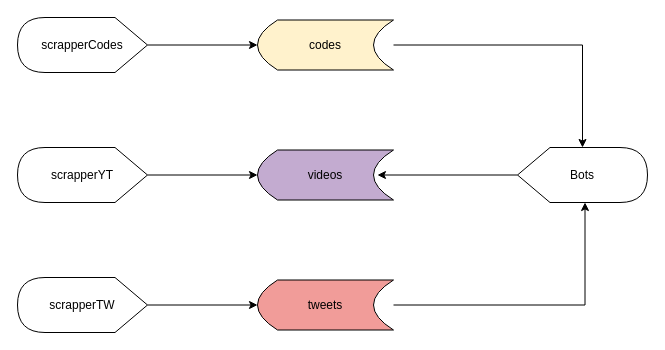
The draw.io diagram documentation/how_to_dev/redis/pubsub.drawio in BRAVO68WEB/genshin-notify, before the edit. Source tidied: cells renumbered, new cells numbered last; positions are measured from the earlier drawing's top-left corner, leaving out a move shared by most shapes. Both pictures are drawn from the tidied source at 100%, with x=0, y=0 at pixel (17, 17).
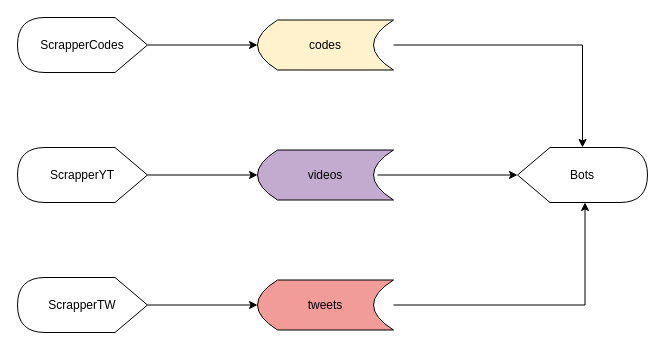
Above is the later version.

What changed in the source:
```diff
@@
 <mxGraphModel>
   <root>
     <mxCell id="0" />
     <mxCell id="1" parent="0" />
     <mxCell id="2" style="edgeStyle=orthogonalEdgeStyle;rounded=0;jettySize=auto;html=1;" parent="1" edge="1" source="3" target="8">
       <mxGeometry relative="1" as="geometry" />
     </mxCell>
     <mxCell id="3" value="codes" style="shape=dataStorage;whiteSpace=wrap;html=1;fixedSize=1;fillColor=#FFF2CC;" parent="1" vertex="1">
       <mxGeometry x="240" y="2.5" width="136" height="50" as="geometry" />
     </mxCell>
     <mxCell id="4" value="videos" style="shape=dataStorage;whiteSpace=wrap;html=1;fixedSize=1;fillColor=#C3ABD0;" parent="1" vertex="1">
       <mxGeometry x="240" y="132.5" width="136" height="50" as="geometry" />
     </mxCell>
     <mxCell id="5" style="edgeStyle=orthogonalEdgeStyle;rounded=0;jettySize=auto;html=1;entryX=0;entryY=0;entryDx=67.5;entryDy=55;entryPerimeter=0;" parent="1" edge="1" source="6" target="8">
       <mxGeometry relative="1" as="geometry" />
     </mxCell>
     <mxCell id="6" value="tweets" style="shape=dataStorage;whiteSpace=wrap;html=1;fixedSize=1;fillColor=#F19C99;" parent="1" vertex="1">
       <mxGeometry x="240" y="262.5" width="136" height="50" as="geometry" />
     </mxCell>
-    <mxCell id="7" style="edgeStyle=orthogonalEdgeStyle;rounded=0;jettySize=auto;html=1;entryX=0.882;entryY=0.5;entryDx=0;entryDy=0;entryPerimeter=0;" parent="1" edge="1" source="8" target="4">
+    <mxCell id="7" style="edgeStyle=orthogonalEdgeStyle;rounded=0;jettySize=auto;html=1;entryX=0.882;entryY=0.5;entryDx=0;entryDy=0;entryPerimeter=0;startArrow=classic;startFill=1;endArrow=none;endFill=0;" parent="1" edge="1" source="8" target="4">
       <mxGeometry relative="1" as="geometry" />
     </mxCell>
     <mxCell id="8" value="Bots" style="shape=display;whiteSpace=wrap;html=1;" parent="1" vertex="1">
       <mxGeometry x="500" y="130" width="130" height="55" as="geometry" />
     </mxCell>
     <mxCell id="9" style="edgeStyle=orthogonalEdgeStyle;rounded=0;jettySize=auto;html=1;entryX=0;entryY=0.5;entryDx=0;entryDy=0;" parent="1" edge="1" source="10" target="6">
       <mxGeometry relative="1" as="geometry" />
     </mxCell>
-    <mxCell id="10" value="scrapperTW" style="shape=display;whiteSpace=wrap;html=1;flipH=1;" parent="1" vertex="1">
+    <mxCell id="10" value="ScrapperTW" style="shape=display;whiteSpace=wrap;html=1;flipH=1;" parent="1" vertex="1">
       <mxGeometry y="260" width="130" height="55" as="geometry" />
     </mxCell>
     <mxCell id="11" style="edgeStyle=orthogonalEdgeStyle;rounded=0;jettySize=auto;html=1;entryX=0;entryY=0.5;entryDx=0;entryDy=0;" parent="1" edge="1" source="12" target="4">
       <mxGeometry relative="1" as="geometry" />
     </mxCell>
-    <mxCell id="12" value="scrapperYT" style="shape=display;whiteSpace=wrap;html=1;flipH=1;" parent="1" vertex="1">
+    <mxCell id="12" value="ScrapperYT" style="shape=display;whiteSpace=wrap;html=1;flipH=1;" parent="1" vertex="1">
       <mxGeometry y="130" width="130" height="55" as="geometry" />
     </mxCell>
     <mxCell id="13" style="edgeStyle=orthogonalEdgeStyle;rounded=0;jettySize=auto;html=1;entryX=0;entryY=0.5;entryDx=0;entryDy=0;" parent="1" edge="1" source="14" target="3">
       <mxGeometry relative="1" as="geometry" />
     </mxCell>
-    <mxCell id="14" value="scrapperCodes" style="shape=display;whiteSpace=wrap;html=1;flipH=1;" parent="1" vertex="1">
+    <mxCell id="14" value="ScrapperCodes" style="shape=display;whiteSpace=wrap;html=1;flipH=1;" parent="1" vertex="1">
       <mxGeometry width="130" height="55" as="geometry" />
     </mxCell>
   </root>
 </mxGraphModel>
```
